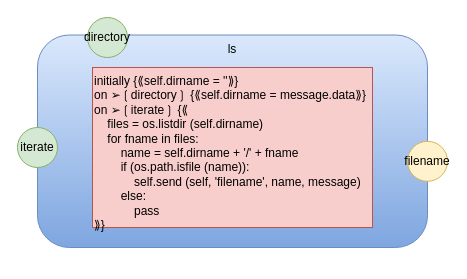
This is poc/ls.drawio from guitarvydas/pypm, a draw.io file, before an edit. Source tidied: cells renumbered, new cells numbered last; positions are measured from the earlier drawing's top-left corner, leaving out a move shared by most shapes. Both pictures are drawn from the tidied source at 100%, with x=0, y=0 at pixel (17, 17).
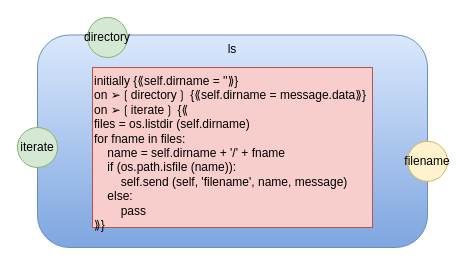
The same diagram, later.

Change to the diagram source:
```diff
@@
 <mxGraphModel>
   <root>
     <mxCell id="0" />
     <mxCell id="1" parent="0" />
     <mxCell id="2" value="ls" style="rounded=1;whiteSpace=wrap;html=1;horizontal=1;verticalAlign=top;strokeColor=#6c8ebf;fillColor=#dae8fc;gradientColor=#7ea6e0;" parent="1" vertex="1">
       <mxGeometry x="20" y="17.5" width="390" height="212.5" as="geometry" />
     </mxCell>
     <mxCell id="3" value="filename" style="ellipse;whiteSpace=wrap;html=1;fillColor=#fff2cc;strokeColor=#d6b656;" parent="1" vertex="1">
       <mxGeometry x="390" y="123.8" width="40" height="40" as="geometry" />
     </mxCell>
     <mxCell id="4" value="iterate" style="ellipse;whiteSpace=wrap;html=1;fillColor=#d5e8d4;strokeColor=#82b366;" parent="1" vertex="1">
       <mxGeometry y="110" width="40" height="40" as="geometry" />
     </mxCell>
     <mxCell id="5" value="directory" style="ellipse;whiteSpace=wrap;html=1;fillColor=#d5e8d4;strokeColor=#82b366;" parent="1" vertex="1">
       <mxGeometry x="70" width="40" height="40" as="geometry" />
     </mxCell>
-    <mxCell id="6" value="&lt;div&gt;&lt;div&gt;&lt;div&gt;initially {⟪self.dirname = ''⟫}&lt;/div&gt;&lt;div&gt;on ➢❲directory❳ {⟪self.dirname = message.data⟫}&lt;/div&gt;&lt;div&gt;on ➢❲iterate❳ {⟪&lt;/div&gt;&lt;div&gt;&amp;nbsp; &amp;nbsp; files = os.listdir (self.dirname)&lt;/div&gt;&lt;div&gt;&amp;nbsp; &amp;nbsp; for fname in files:&lt;/div&gt;&lt;div&gt;&amp;nbsp; &amp;nbsp; &amp;nbsp; &amp;nbsp; name = self.dirname + '/' + fname&lt;/div&gt;&lt;div&gt;&amp;nbsp; &amp;nbsp; &amp;nbsp; &amp;nbsp; if (os.path.isfile (name)):&lt;/div&gt;&lt;div&gt;&amp;nbsp; &amp;nbsp; &amp;nbsp; &amp;nbsp; &amp;nbsp; &amp;nbsp; self.send (self, 'filename', name, message)&lt;/div&gt;&lt;div&gt;&amp;nbsp; &amp;nbsp; &amp;nbsp; &amp;nbsp; else:&lt;/div&gt;&lt;div&gt;&amp;nbsp; &amp;nbsp; &amp;nbsp; &amp;nbsp; &amp;nbsp; &amp;nbsp; pass&lt;/div&gt;&lt;div&gt;⟫}&lt;/div&gt;&lt;div&gt;&amp;nbsp; &amp;nbsp; &amp;nbsp; &amp;nbsp;&amp;nbsp;&lt;/div&gt;&lt;/div&gt;&lt;/div&gt;&lt;div&gt;&lt;br&gt;&lt;/div&gt;" style="rounded=0;whiteSpace=wrap;html=1;align=left;verticalAlign=top;fillColor=#f8cecc;strokeColor=#b85450;" parent="1" vertex="1">
+    <mxCell id="6" value="&lt;div&gt;&lt;div&gt;&lt;div&gt;initially {⟪self.dirname = ''⟫}&lt;/div&gt;&lt;div&gt;on ➢❲directory❳ {⟪self.dirname = message.data⟫}&lt;/div&gt;&lt;div&gt;on ➢❲iterate❳ {⟪&lt;/div&gt;&lt;div&gt;files = os.listdir (self.dirname)&lt;/div&gt;&lt;div&gt;for fname in files:&lt;/div&gt;&lt;div&gt;&amp;nbsp; &amp;nbsp; name = self.dirname + '/' + fname&lt;/div&gt;&lt;div&gt;&amp;nbsp; &amp;nbsp; if (os.path.isfile (name)):&lt;/div&gt;&lt;div&gt;&amp;nbsp; &amp;nbsp; &amp;nbsp; &amp;nbsp; self.send (self, 'filename', name, message)&lt;/div&gt;&lt;div&gt;&amp;nbsp; &amp;nbsp; else:&lt;/div&gt;&lt;div&gt;&amp;nbsp; &amp;nbsp; &amp;nbsp; &amp;nbsp; pass&lt;/div&gt;&lt;div&gt;⟫}&lt;/div&gt;&lt;div&gt;&amp;nbsp; &amp;nbsp; &amp;nbsp; &amp;nbsp;&amp;nbsp;&lt;/div&gt;&lt;/div&gt;&lt;/div&gt;&lt;div&gt;&lt;br&gt;&lt;/div&gt;" style="rounded=0;whiteSpace=wrap;html=1;align=left;verticalAlign=top;fillColor=#f8cecc;strokeColor=#b85450;" parent="1" vertex="1">
       <mxGeometry x="75" y="50" width="280" height="160" as="geometry" />
     </mxCell>
   </root>
 </mxGraphModel>
```
